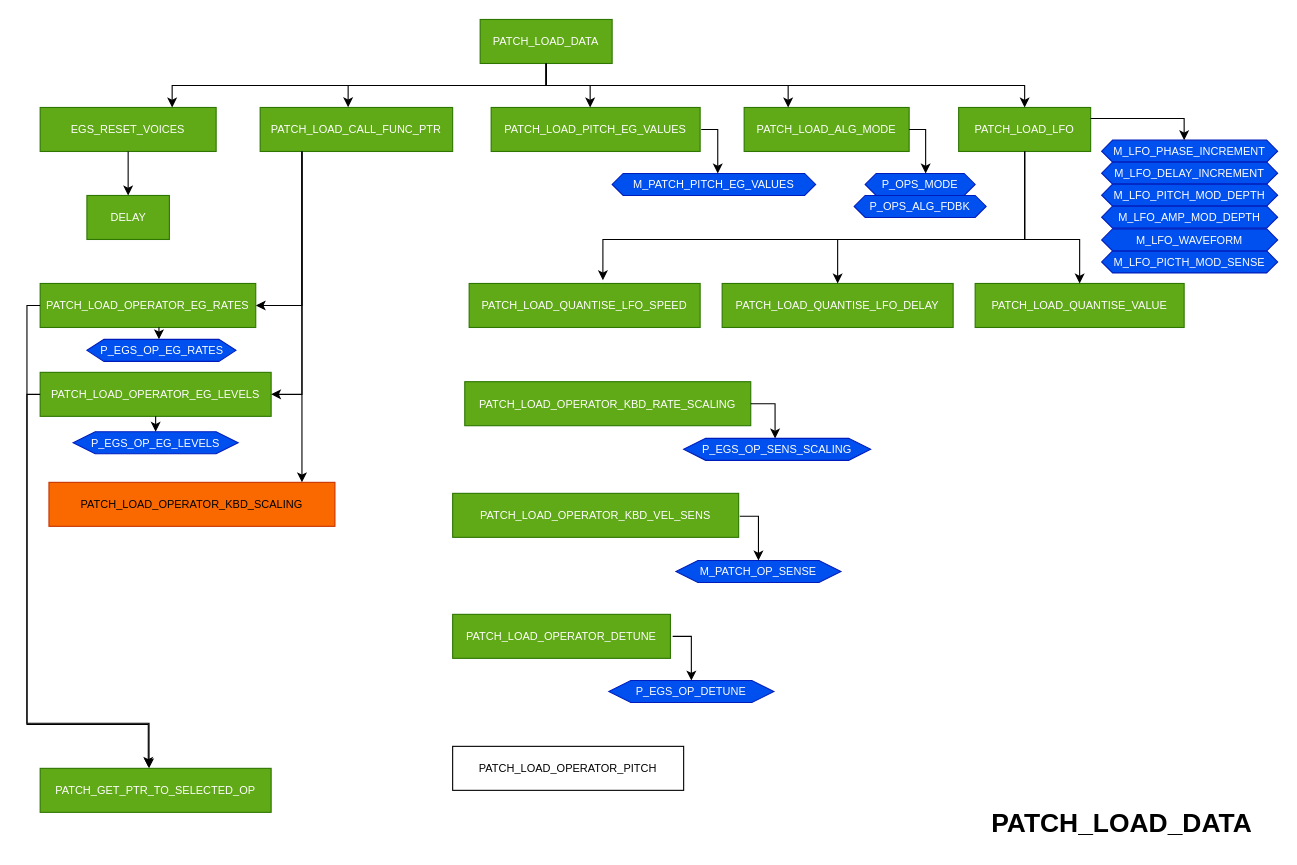
This is Research/PATCH_LOAD_DATA.drawio from AnotherJohnH/picoX7, a draw.io file, before an edit. Source tidied: cells renumbered, new cells numbered last; positions are measured from the earlier drawing's top-left corner, leaving out a move shared by most shapes. Both pictures are drawn from the tidied source at 110%, with x=0, y=0 at pixel (26, 19).
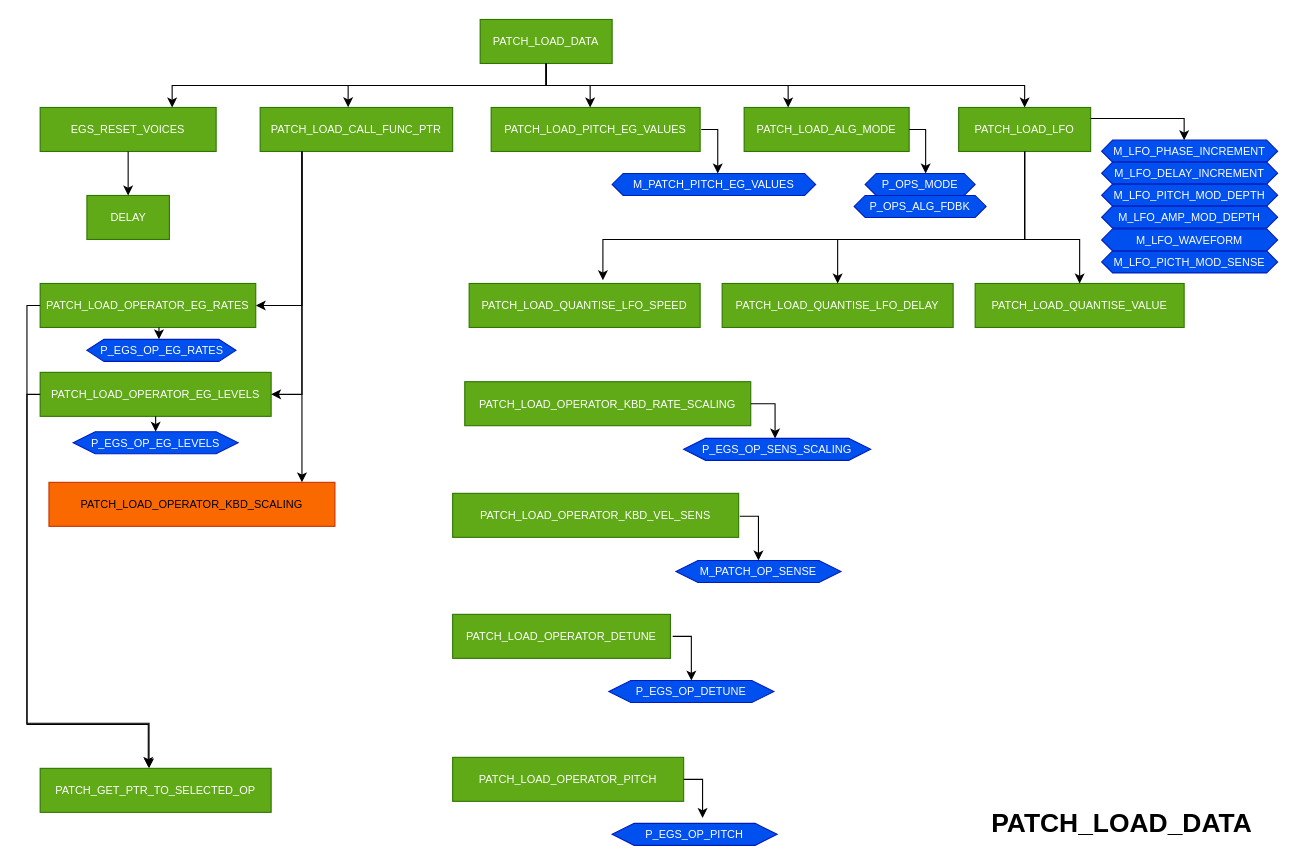
The same diagram, later.

Diff of the diagram source:
```diff
@@
-    <mxCell id="27" value="PATCH_LOAD_OPERATOR_PITCH" style="rounded=0;whiteSpace=wrap;html=1;fontSize=10;" parent="1" vertex="1">
-      <mxGeometry x="387" y="661" width="210" height="40" as="geometry" />
+    <mxCell id="27" value="PATCH_LOAD_OPERATOR_PITCH" style="rounded=0;whiteSpace=wrap;html=1;fontSize=10;fillColor=#60a917;fontColor=#ffffff;strokeColor=#2D7600;" parent="1" vertex="1">
+      <mxGeometry x="387" y="671" width="210" height="40" as="geometry" />
     </mxCell>
@@
+    <mxCell id="57" value="&lt;font style=&quot;font-size: 10px;&quot;&gt;P_EGS_OP_PITCH&lt;/font&gt;" style="shape=hexagon;perimeter=hexagonPerimeter2;whiteSpace=wrap;html=1;fixedSize=1;fillColor=#0050ef;fontColor=#ffffff;strokeColor=#001DBC;" parent="1" vertex="1">
+      <mxGeometry x="532" y="731" width="150" height="20" as="geometry" />
+    </mxCell>
+    <mxCell id="58" style="endArrow=classic;html=1;rounded=0;edgeStyle=orthogonalEdgeStyle;entryX=0.548;entryY=-0.248;entryDx=0;entryDy=0;exitX=1;exitY=0.5;exitDx=0;exitDy=0;entryPerimeter=0;" parent="1" edge="1" source="27" target="57">
+      <mxGeometry relative="1" as="geometry">
+        <Array as="points">
+          <mxPoint x="614" y="691" />
+        </Array>
+      </mxGeometry>
+    </mxCell>
```
